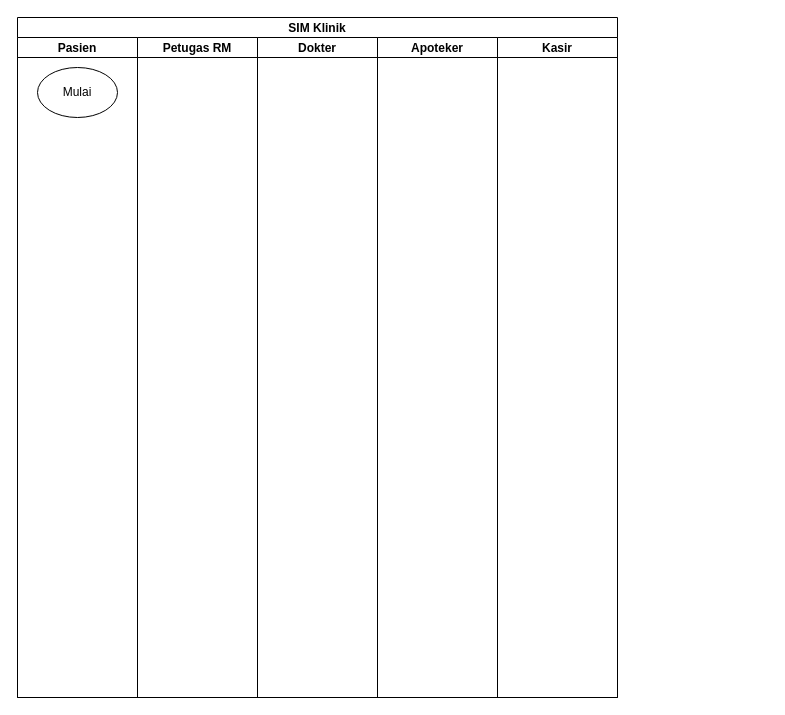
This is flowchart.drawio from pudyasto/simklinik, a draw.io file, before an edit. Source tidied: cells renumbered, new cells numbered last; positions are measured from the earlier drawing's top-left corner, leaving out a move shared by most shapes. Both pictures are drawn from the tidied source at 100%, with x=0, y=0 at pixel (17, 17).
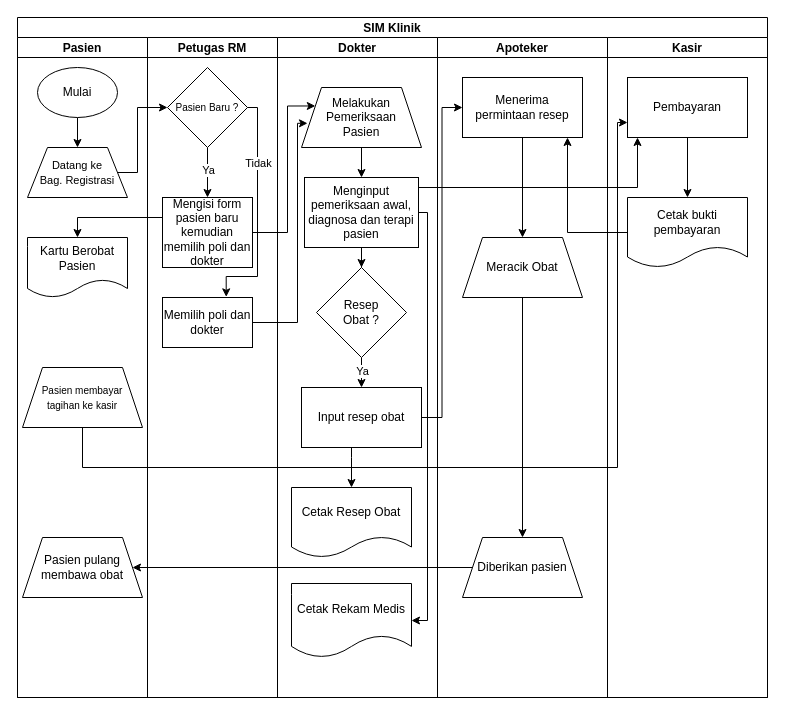
The same page after the edit.

Unchanged cells that the change refers to:
```xml
<mxCell id="4" value="Mulai" style="ellipse;whiteSpace=wrap;html=1;" parent="3" vertex="1">
  <mxGeometry x="20" y="30" width="80" height="50" as="geometry" />
</mxCell>
```

Change to the diagram source:
```diff
@@
     <mxCell id="2" value="SIM Klinik" style="swimlane;startSize=20;" parent="1" vertex="1">
-      <mxGeometry width="600" height="680" as="geometry" />
+      <mxGeometry width="750" height="680" as="geometry" />
     </mxCell>
     <mxCell id="3" value="Pasien" style="swimlane;startSize=20;" parent="2" vertex="1">
-      <mxGeometry y="20" width="120" height="660" as="geometry" />
+      <mxGeometry y="20" width="130" height="660" as="geometry" />
     </mxCell>
+    <mxCell id="9" style="edgeStyle=orthogonalEdgeStyle;rounded=0;jettySize=auto;html=1;" parent="3" edge="1" source="4" target="10">
+      <mxGeometry relative="1" as="geometry" />
+    </mxCell>
@@
+    <mxCell id="10" value="&lt;font style=&quot;font-size: 11px&quot;&gt;Datang ke &lt;br&gt;Bag. Registrasi&lt;/font&gt;" style="shape=trapezoid;perimeter=trapezoidPerimeter;whiteSpace=wrap;html=1;fixedSize=1;" parent="3" vertex="1">
+      <mxGeometry x="10" y="110" width="100" height="50" as="geometry" />
+    </mxCell>
+    <mxCell id="11" value="Kartu Berobat Pasien" style="shape=document;whiteSpace=wrap;html=1;boundedLbl=1;" parent="3" vertex="1">
+      <mxGeometry x="10" y="200" width="100" height="60" as="geometry" />
+    </mxCell>
+    <mxCell id="12" value="Pasien pulang membawa obat" style="shape=trapezoid;perimeter=trapezoidPerimeter;whiteSpace=wrap;html=1;fixedSize=1;" parent="3" vertex="1">
+      <mxGeometry x="5" y="500" width="120" height="60" as="geometry" />
+    </mxCell>
+    <mxCell id="13" value="&lt;font style=&quot;font-size: 10px&quot;&gt;Pasien membayar &lt;br&gt;tagihan ke kasir&lt;/font&gt;" style="shape=trapezoid;perimeter=trapezoidPerimeter;whiteSpace=wrap;html=1;fixedSize=1;" parent="3" vertex="1">
+      <mxGeometry x="5" y="330" width="120" height="60" as="geometry" />
+    </mxCell>
     <mxCell id="5" value="Petugas RM" style="swimlane;startSize=20;" parent="2" vertex="1">
-      <mxGeometry x="120" y="20" width="120" height="660" as="geometry" />
+      <mxGeometry x="130" y="20" width="130" height="660" as="geometry" />
     </mxCell>
+    <mxCell id="14" style="edgeStyle=orthogonalEdgeStyle;rounded=0;jettySize=auto;html=1;" parent="5" edge="1" source="16" target="17">
+      <mxGeometry relative="1" as="geometry" />
+    </mxCell>
+    <mxCell id="15" value="Ya" style="edgeLabel;html=1;align=center;verticalAlign=middle;" parent="14" vertex="1">
+      <mxGeometry x="-0.14" relative="1" as="geometry" />
+    </mxCell>
+    <mxCell id="16" value="&lt;font style=&quot;font-size: 10px&quot;&gt;Pasien Baru ?&lt;/font&gt;" style="rhombus;whiteSpace=wrap;html=1;" parent="5" vertex="1">
+      <mxGeometry x="20" y="30" width="80" height="80" as="geometry" />
+    </mxCell>
+    <mxCell id="17" value="Mengisi form pasien baru kemudian memilih poli dan dokter" style="whiteSpace=wrap;html=1;" parent="5" vertex="1">
+      <mxGeometry x="15" y="160" width="90" height="70" as="geometry" />
+    </mxCell>
+    <mxCell id="18" value="Memilih poli dan dokter" style="whiteSpace=wrap;html=1;" parent="5" vertex="1">
+      <mxGeometry x="15" y="260" width="90" height="50" as="geometry" />
+    </mxCell>
+    <mxCell id="19" style="edgeStyle=orthogonalEdgeStyle;rounded=0;jettySize=auto;html=1;exitX=1;exitY=0.5;exitDx=0;exitDy=0;entryX=0.708;entryY=-0.013;entryDx=0;entryDy=0;entryPerimeter=0;" parent="5" edge="1" source="16" target="18">
+      <mxGeometry relative="1" as="geometry">
+        <Array as="points">
+          <mxPoint x="110" y="70" />
+          <mxPoint x="110" y="239" />
+          <mxPoint x="79" y="239" />
+          <mxPoint x="79" y="259" />
+        </Array>
+      </mxGeometry>
+    </mxCell>
+    <mxCell id="20" value="Tidak" style="edgeLabel;html=1;align=center;verticalAlign=middle;" parent="19" vertex="1">
+      <mxGeometry x="0.23" relative="1" as="geometry">
+        <mxPoint y="-77" as="offset" />
+      </mxGeometry>
+    </mxCell>
     <mxCell id="6" value="Dokter" style="swimlane;startSize=20;" parent="2" vertex="1">
-      <mxGeometry x="240" y="20" width="120" height="660" as="geometry" />
+      <mxGeometry x="260" y="20" width="160" height="660" as="geometry" />
     </mxCell>
+    <mxCell id="21" style="edgeStyle=orthogonalEdgeStyle;rounded=0;jettySize=auto;html=1;" parent="6" edge="1" source="22" target="25">
+      <mxGeometry relative="1" as="geometry" />
+    </mxCell>
+    <mxCell id="22" value="Melakukan Pemeriksaan&lt;br&gt;Pasien" style="shape=trapezoid;perimeter=trapezoidPerimeter;whiteSpace=wrap;html=1;fixedSize=1;" parent="6" vertex="1">
+      <mxGeometry x="24" y="50" width="120" height="60" as="geometry" />
+    </mxCell>
+    <mxCell id="23" style="edgeStyle=orthogonalEdgeStyle;rounded=0;jettySize=auto;html=1;" parent="6" edge="1" source="25" target="28">
+      <mxGeometry relative="1" as="geometry" />
+    </mxCell>
+    <mxCell id="24" style="edgeStyle=orthogonalEdgeStyle;rounded=0;jettySize=auto;html=1;entryX=1;entryY=0.5;entryDx=0;entryDy=0;" parent="6" edge="1" source="25" target="32">
+      <mxGeometry relative="1" as="geometry">
+        <Array as="points">
+          <mxPoint x="150" y="175" />
+          <mxPoint x="150" y="583" />
+        </Array>
+      </mxGeometry>
+    </mxCell>
+    <mxCell id="25" value="Menginput pemeriksaan awal, diagnosa dan terapi pasien" style="rounded=0;whiteSpace=wrap;html=1;" parent="6" vertex="1">
+      <mxGeometry x="27" y="140" width="114" height="70" as="geometry" />
+    </mxCell>
+    <mxCell id="26" style="edgeStyle=orthogonalEdgeStyle;rounded=0;jettySize=auto;html=1;" parent="6" edge="1" source="28" target="30">
+      <mxGeometry relative="1" as="geometry" />
+    </mxCell>
+    <mxCell id="27" value="Ya" style="edgeLabel;html=1;align=center;verticalAlign=middle;" parent="26" vertex="1">
+      <mxGeometry x="0.3" relative="1" as="geometry" />
+    </mxCell>
+    <mxCell id="28" value="Resep &lt;br&gt;Obat ?" style="rhombus;whiteSpace=wrap;html=1;" parent="6" vertex="1">
+      <mxGeometry x="39" y="230" width="90" height="90" as="geometry" />
+    </mxCell>
+    <mxCell id="29" style="edgeStyle=orthogonalEdgeStyle;rounded=0;jettySize=auto;html=1;" parent="6" edge="1" source="30" target="31">
+      <mxGeometry relative="1" as="geometry">
+        <Array as="points">
+          <mxPoint x="74" y="420" />
+          <mxPoint x="74" y="420" />
+        </Array>
+      </mxGeometry>
+    </mxCell>
+    <mxCell id="30" value="Input resep obat" style="rounded=0;whiteSpace=wrap;html=1;" parent="6" vertex="1">
+      <mxGeometry x="24" y="350" width="120" height="60" as="geometry" />
+    </mxCell>
+    <mxCell id="31" value="Cetak Resep Obat" style="shape=document;whiteSpace=wrap;html=1;boundedLbl=1;" parent="6" vertex="1">
+      <mxGeometry x="14" y="450" width="120" height="70" as="geometry" />
+    </mxCell>
+    <mxCell id="32" value="Cetak Rekam Medis" style="shape=document;whiteSpace=wrap;html=1;boundedLbl=1;" parent="6" vertex="1">
+      <mxGeometry x="14" y="546" width="120" height="74" as="geometry" />
+    </mxCell>
     <mxCell id="7" value="Apoteker" style="swimlane;startSize=20;" parent="2" vertex="1">
-      <mxGeometry x="360" y="20" width="120" height="660" as="geometry" />
+      <mxGeometry x="420" y="20" width="170" height="660" as="geometry" />
     </mxCell>
+    <mxCell id="33" style="edgeStyle=orthogonalEdgeStyle;rounded=0;jettySize=auto;html=1;" parent="7" edge="1" source="34" target="36">
+      <mxGeometry relative="1" as="geometry" />
+    </mxCell>
+    <mxCell id="34" value="Menerima &lt;br&gt;permintaan resep" style="rounded=0;whiteSpace=wrap;html=1;" parent="7" vertex="1">
+      <mxGeometry x="25" y="40" width="120" height="60" as="geometry" />
+    </mxCell>
+    <mxCell id="35" style="edgeStyle=orthogonalEdgeStyle;rounded=0;jettySize=auto;html=1;" parent="7" edge="1" source="36" target="37">
+      <mxGeometry relative="1" as="geometry" />
+    </mxCell>
+    <mxCell id="36" value="Meracik Obat" style="shape=trapezoid;perimeter=trapezoidPerimeter;whiteSpace=wrap;html=1;fixedSize=1;" parent="7" vertex="1">
+      <mxGeometry x="25" y="200" width="120" height="60" as="geometry" />
+    </mxCell>
+    <mxCell id="37" value="Diberikan pasien" style="shape=trapezoid;perimeter=trapezoidPerimeter;whiteSpace=wrap;html=1;fixedSize=1;" parent="7" vertex="1">
+      <mxGeometry x="25" y="500" width="120" height="60" as="geometry" />
+    </mxCell>
     <mxCell id="8" value="Kasir" style="swimlane;startSize=20;" parent="2" vertex="1">
-      <mxGeometry x="480" y="20" width="120" height="660" as="geometry" />
+      <mxGeometry x="590" y="20" width="160" height="660" as="geometry" />
     </mxCell>
+    <mxCell id="38" style="edgeStyle=orthogonalEdgeStyle;rounded=0;jettySize=auto;html=1;entryX=0.5;entryY=0;entryDx=0;entryDy=0;" parent="8" edge="1" source="39" target="40">
+      <mxGeometry relative="1" as="geometry" />
+    </mxCell>
+    <mxCell id="39" value="Pembayaran" style="rounded=0;whiteSpace=wrap;html=1;" parent="8" vertex="1">
+      <mxGeometry x="20" y="40" width="120" height="60" as="geometry" />
+    </mxCell>
+    <mxCell id="40" value="Cetak bukti pembayaran" style="shape=document;whiteSpace=wrap;html=1;boundedLbl=1;" parent="8" vertex="1">
+      <mxGeometry x="20" y="160" width="120" height="70" as="geometry" />
+    </mxCell>
+    <mxCell id="41" style="edgeStyle=orthogonalEdgeStyle;rounded=0;jettySize=auto;html=1;entryX=0;entryY=0.5;entryDx=0;entryDy=0;" parent="2" edge="1" source="10" target="16">
+      <mxGeometry relative="1" as="geometry">
+        <Array as="points">
+          <mxPoint x="120" y="155" />
+          <mxPoint x="120" y="90" />
+        </Array>
+      </mxGeometry>
+    </mxCell>
+    <mxCell id="42" style="edgeStyle=orthogonalEdgeStyle;rounded=0;jettySize=auto;html=1;entryX=0.5;entryY=0;entryDx=0;entryDy=0;" parent="2" edge="1" source="17" target="11">
+      <mxGeometry relative="1" as="geometry">
+        <Array as="points">
+          <mxPoint x="60" y="200" />
+        </Array>
+      </mxGeometry>
+    </mxCell>
+    <mxCell id="43" style="edgeStyle=orthogonalEdgeStyle;rounded=0;jettySize=auto;html=1;entryX=0;entryY=0.25;entryDx=0;entryDy=0;" parent="2" edge="1" source="17" target="22">
+      <mxGeometry relative="1" as="geometry">
+        <Array as="points">
+          <mxPoint x="270" y="215" />
+          <mxPoint x="270" y="89" />
+        </Array>
+      </mxGeometry>
+    </mxCell>
+    <mxCell id="44" style="edgeStyle=orthogonalEdgeStyle;rounded=0;jettySize=auto;html=1;entryX=0.05;entryY=0.597;entryDx=0;entryDy=0;entryPerimeter=0;" parent="2" edge="1" source="18" target="22">
+      <mxGeometry relative="1" as="geometry">
+        <Array as="points">
+          <mxPoint x="280" y="305" />
+          <mxPoint x="280" y="106" />
+        </Array>
+      </mxGeometry>
+    </mxCell>
+    <mxCell id="45" style="edgeStyle=orthogonalEdgeStyle;rounded=0;jettySize=auto;html=1;" parent="2" edge="1" source="25">
+      <mxGeometry relative="1" as="geometry">
+        <mxPoint x="620" y="120" as="targetPoint" />
+        <Array as="points">
+          <mxPoint x="620" y="170" />
+          <mxPoint x="620" y="120" />
+        </Array>
+      </mxGeometry>
+    </mxCell>
+    <mxCell id="46" style="edgeStyle=orthogonalEdgeStyle;rounded=0;jettySize=auto;html=1;entryX=0;entryY=0.5;entryDx=0;entryDy=0;" parent="2" edge="1" source="30" target="34">
+      <mxGeometry relative="1" as="geometry" />
+    </mxCell>
+    <mxCell id="47" style="edgeStyle=orthogonalEdgeStyle;rounded=0;jettySize=auto;html=1;entryX=0.875;entryY=1;entryDx=0;entryDy=0;entryPerimeter=0;" parent="2" edge="1" source="40" target="34">
+      <mxGeometry relative="1" as="geometry" />
+    </mxCell>
+    <mxCell id="48" style="edgeStyle=orthogonalEdgeStyle;rounded=0;jettySize=auto;html=1;entryX=1;entryY=0.5;entryDx=0;entryDy=0;" parent="2" edge="1" source="37" target="12">
+      <mxGeometry relative="1" as="geometry" />
+    </mxCell>
+    <mxCell id="49" style="edgeStyle=orthogonalEdgeStyle;rounded=0;jettySize=auto;html=1;entryX=0;entryY=0.75;entryDx=0;entryDy=0;" parent="2" edge="1" source="13" target="39">
+      <mxGeometry relative="1" as="geometry">
+        <Array as="points">
+          <mxPoint x="65" y="450" />
+          <mxPoint x="600" y="450" />
+          <mxPoint x="600" y="105" />
+        </Array>
+      </mxGeometry>
+    </mxCell>
```
